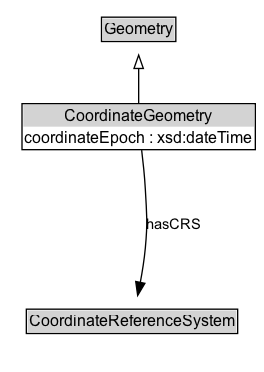
This is docs/diagrams/CoordinateGeometry.dot.png from ISO-TC204/ontology-its-location-v1, a Graphviz export, as it was before one commit. Its source is kept beside it as docs/diagrams/CoordinateGeometry.dot.
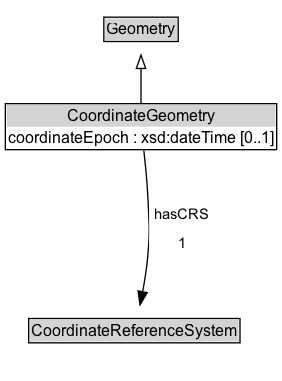
Later version of the same file.

Change to the diagram source:
```diff
@@ -6,7 +6,7 @@
 		rank=source
 		Geometry [label=<<TABLE BORDER="1" CELLBORDER="0" CELLSPACING="0" CELLPADDING="1"><TR><TD BGCOLOR="lightgray" ALIGN="CENTER">Geometry</TD></TR></TABLE>> URL="../Geometry" margin=0]
 	}
-	CoordinateGeometry [label=<<TABLE BORDER="1" CELLBORDER="0" CELLSPACING="0" CELLPADDING="1"><TR><TD BGCOLOR="lightgray" ALIGN="CENTER">CoordinateGeometry</TD></TR><TR><TD ALIGN="LEFT">coordinateEpoch : xsd:dateTime</TD></TR></TABLE>> URL="../CoordinateGeometry" margin=0]
+	CoordinateGeometry [label=<<TABLE BORDER="1" CELLBORDER="0" CELLSPACING="0" CELLPADDING="1"><TR><TD BGCOLOR="lightgray" ALIGN="CENTER">CoordinateGeometry</TD></TR><TR><TD ALIGN="LEFT">coordinateEpoch : xsd:dateTime [0..1]</TD></TR></TABLE>> URL="../CoordinateGeometry" margin=0]
 	{
 		rank=max
 	}
@@ -19,5 +19,5 @@
 	CoordinateGeometry -> Invis [style=invis]
 	Invis -> CoordinateReferenceSystem [style=invis]
 	CoordinateReferenceSystem [label=<<TABLE BORDER="1" CELLBORDER="0" CELLSPACING="0" CELLPADDING="1"><TR><TD BGCOLOR="lightgray" ALIGN="CENTER">CoordinateReferenceSystem</TD></TR></TABLE>> URL="../CoordinateReferenceSystem" margin=0]
-	CoordinateGeometry -> CoordinateReferenceSystem [label=hasCRS arrowhead=normal style=solid]
+	CoordinateGeometry -> CoordinateReferenceSystem [label=<<TABLE BORDER="0" CELLBORDER="0" CELLSPACING="0" CELLPADDING="4" BGCOLOR="white"><TR><TD ALIGN="CENTER">hasCRS</TD></TR><TR><TD ALIGN="CENTER">1</TD></TR></TABLE>> arrowhead=normal style=solid]
 }
```
